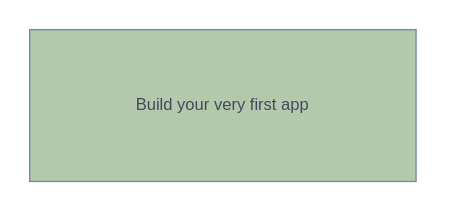
cheroualiyakoub/cheroualiyakoub keeps this draw.io diagram as Untitled Diagram.drawio. Above is the earlier version. Source tidied: cells renumbered, new cells numbered last; positions are measured from the earlier drawing's top-left corner, leaving out a move shared by most shapes. Both pictures are drawn from the tidied source at 138%, with x=0, y=0 at pixel (29, 29).
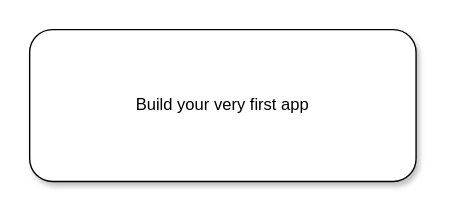
Above is the later version.

The edit, as a diff of the source:
```diff
@@
 <mxGraphModel>
   <root>
     <mxCell id="0" />
     <mxCell id="1" parent="0" />
-    <mxCell id="2" value="Build your very first app&lt;br&gt;" style="rounded=0;whiteSpace=wrap;html=1;fillColor=#B2C9AB;strokeColor=#788AA3;fontColor=#46495D;" parent="1" vertex="1">
+    <mxCell id="2" value="Build your very first app&lt;br&gt;" style="rounded=1;whiteSpace=wrap;html=1;shadow=1;glass=0;sketch=0;" parent="1" vertex="1">
       <mxGeometry width="280" height="110" as="geometry" />
     </mxCell>
   </root>
 </mxGraphModel>
```
